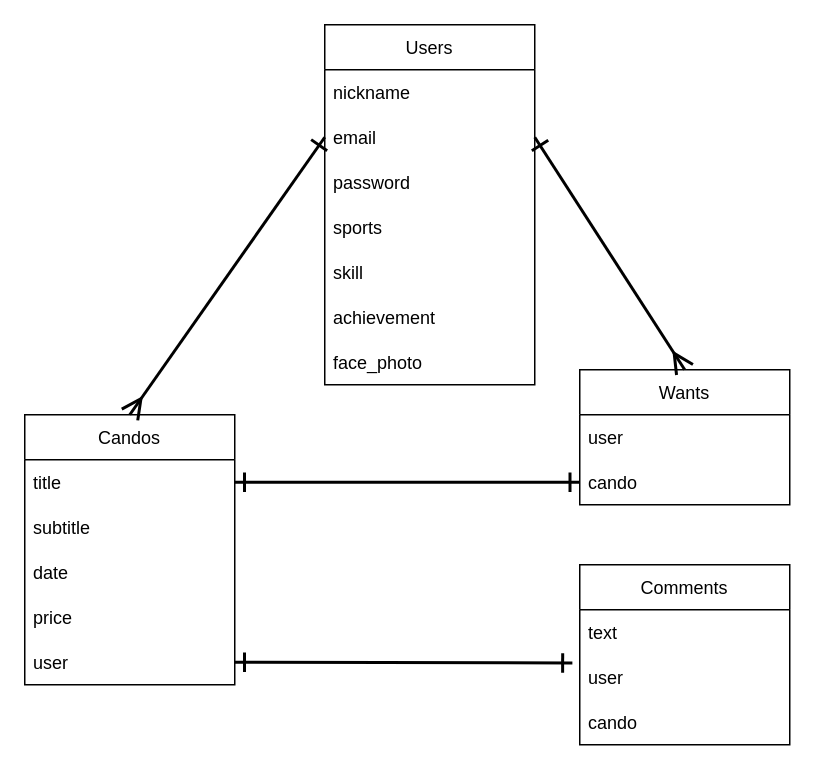
Above: cando ER.dio in kota-aso/cando (draw.io), before the change. Source tidied: cells renumbered, new cells numbered last; positions are measured from the earlier drawing's top-left corner, leaving out a move shared by most shapes. Both pictures are drawn from the tidied source at 150%, with x=0, y=0 at pixel (24, 24).
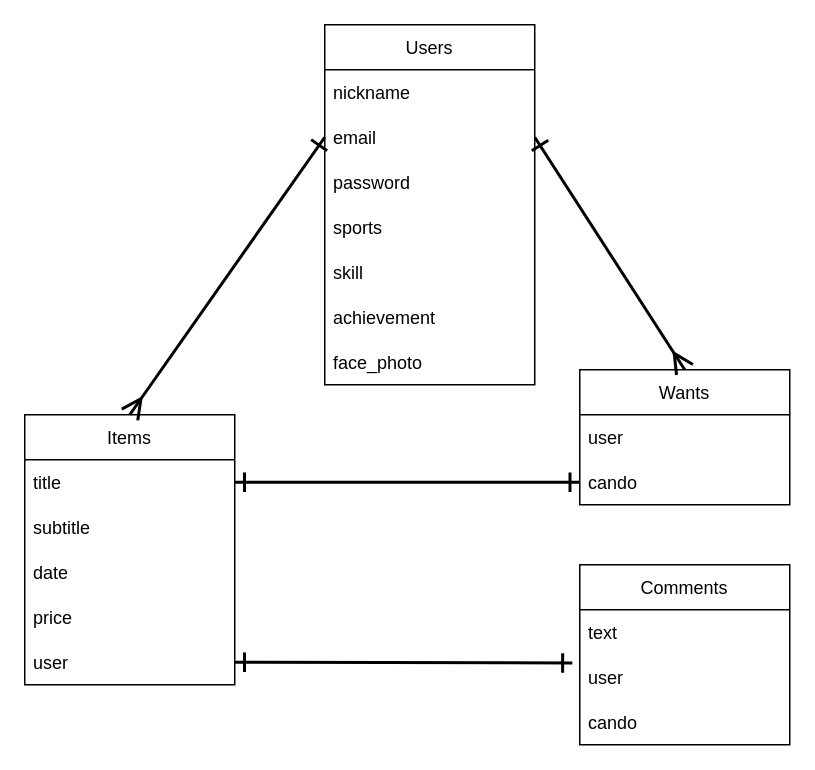
Above is the later version.

What changed in the source:
```diff
@@
-    <mxCell id="10" value="Candos" style="swimlane;fontStyle=0;horizontal=1;startSize=30;" parent="1" vertex="1">
+    <mxCell id="10" value="Items" style="swimlane;fontStyle=0;horizontal=1;startSize=30;" parent="1" vertex="1">
       <mxGeometry y="260" width="140" height="180" as="geometry" />
     </mxCell>
```
